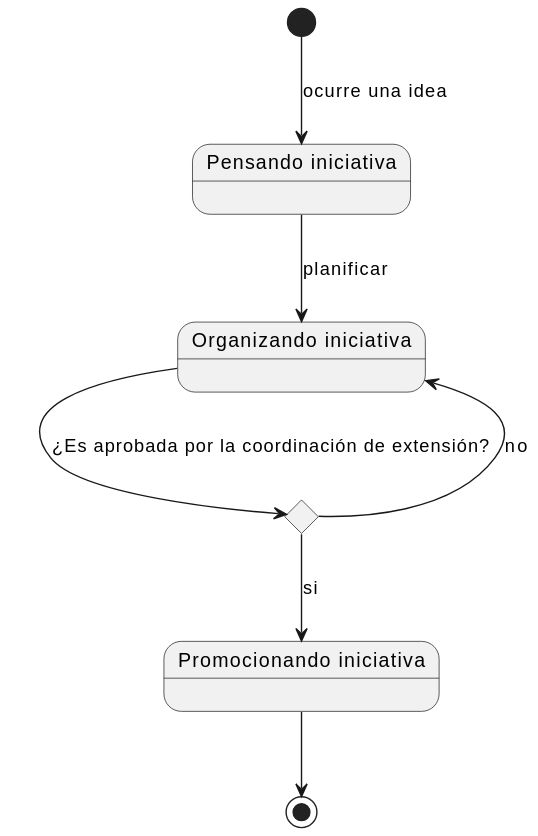
Above: docs/scenariosView/domainModel/stateDiagramIMG.svg in Dayannis-07/ING_SOFT (PlantUML), before the change.
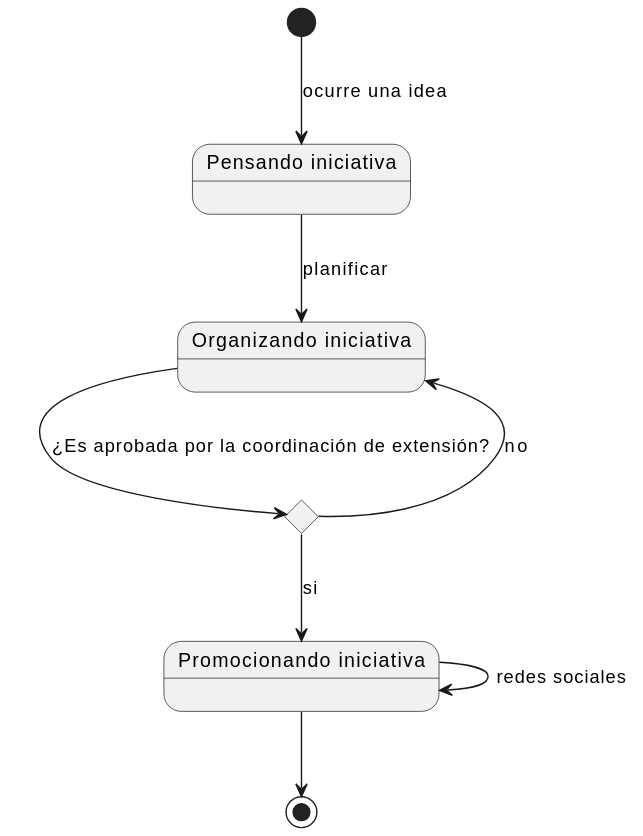
Above is the later version.

Commit message:
correción diagrama de estado

Diff of the diagram source:
```diff
@@ -9,5 +9,9 @@
 organizing-->c :¿Es aprobada por la coordinación de extensión?
 c-->organizing :no
 c-->promote :si
+promote-->promote :redes sociales
+
+
+
 promote-->[*]
 @enduml
```
